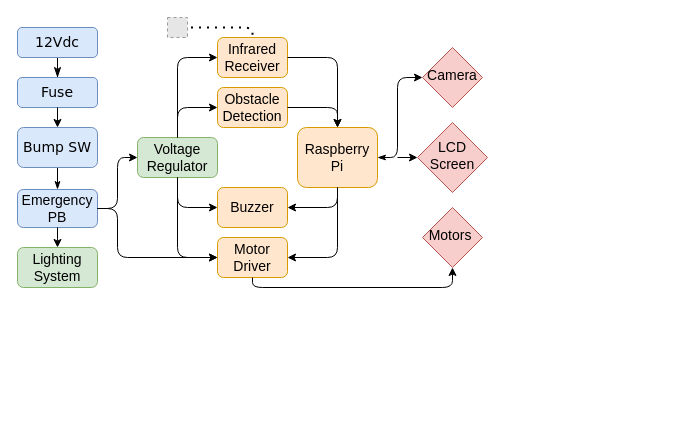
This is Poster Block Diagram.drawio from hoang22k/Capstone_Diagram, a draw.io file, before an edit. Source tidied: cells renumbered, new cells numbered last; positions are measured from the earlier drawing's top-left corner, leaving out a move shared by most shapes. Both pictures are drawn from the tidied source at 100%, with x=0, y=0 at pixel (17, 17). Pictures stored in the file or linked from it are replaced by grey dashed boxes.
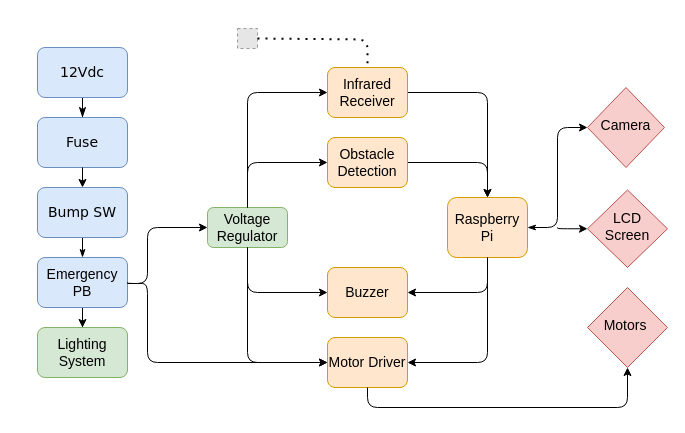
After the change.

The edit, as a diff of the source:
```diff
@@
     <mxCell id="3" value="&lt;font style=&quot;font-size: 14px;&quot; face=&quot;Verdana&quot;&gt;12Vdc&lt;/font&gt;" style="rounded=1;whiteSpace=wrap;html=1;fontSize=14;glass=0;strokeWidth=1;shadow=0;fillColor=#dae8fc;strokeColor=#6c8ebf;fontStyle=0;" parent="1" vertex="1">
-      <mxGeometry y="10" width="80" height="30" as="geometry" />
+      <mxGeometry x="20" y="30" width="90" height="50" as="geometry" />
     </mxCell>
     <mxCell id="4" value="Voltage Regulator" style="rounded=1;whiteSpace=wrap;html=1;fontSize=14;glass=0;strokeWidth=1;shadow=0;fillColor=#d5e8d4;strokeColor=#82b366;fontStyle=0;" parent="1" vertex="1">
-      <mxGeometry x="120" y="120" width="80" height="40" as="geometry" />
+      <mxGeometry x="190" y="190" width="80" height="40" as="geometry" />
     </mxCell>
+    <mxCell id="18" style="edgeStyle=orthogonalEdgeStyle;rounded=0;jettySize=auto;html=1;" parent="1" edge="1" source="5" target="10">
+      <mxGeometry relative="1" as="geometry" />
+    </mxCell>
     <mxCell id="5" value="Emergency PB" style="rounded=1;whiteSpace=wrap;html=1;fontSize=14;glass=0;strokeWidth=1;shadow=0;fillColor=#dae8fc;strokeColor=#6c8ebf;fontStyle=0;" parent="1" vertex="1">
-      <mxGeometry y="172" width="80" height="38" as="geometry" />
+      <mxGeometry x="20" y="240" width="90" height="50" as="geometry" />
     </mxCell>
@@
     <mxCell id="7" value="Raspberry Pi" style="rounded=1;whiteSpace=wrap;html=1;fontSize=14;glass=0;strokeWidth=1;shadow=0;fillColor=#ffe6cc;strokeColor=#d79b00;fontStyle=0;" parent="1" vertex="1">
-      <mxGeometry x="280" y="110" width="80" height="60" as="geometry" />
+      <mxGeometry x="430" y="180" width="80" height="60" as="geometry" />
     </mxCell>
     <mxCell id="8" style="fillColor=#E6E6E6;strokeColor=#999999;dashed=1;html=1;verticalAlign=top;verticalLabelPosition=bottom;labelBackgroundColor=#ffffff;fontFamily=Helvetica;fontStyle=0;fontSize=14;" parent="1" vertex="1">
-      <mxGeometry x="150" width="20" height="20" as="geometry" />
+      <mxGeometry x="220" y="11" width="20" height="20" as="geometry" />
     </mxCell>
-    <mxCell id="9" style="edgeStyle=segmentEdgeStyle;endArrow=classic;html=1;entryX=0;entryY=0.5;entryDx=0;entryDy=0;exitX=1;exitY=0.5;exitDx=0;exitDy=0;fontSize=14;fontStyle=0;" parent="1" edge="1" source="5" target="4">
+    <mxCell id="9" style="edgeStyle=segmentEdgeStyle;endArrow=classic;html=1;entryX=0;entryY=0.5;entryDx=0;entryDy=0;fontSize=14;fontStyle=0;" parent="1" edge="1" target="4">
       <mxGeometry relative="1" as="geometry">
+        <mxPoint x="110" y="266" as="sourcePoint" />
         <Array as="points">
-          <mxPoint x="100" y="191" />
-          <mxPoint x="100" y="140" />
+          <mxPoint x="130" y="266" />
+          <mxPoint x="130" y="210" />
         </Array>
       </mxGeometry>
     </mxCell>
     <mxCell id="10" value="Lighting System" style="rounded=1;whiteSpace=wrap;html=1;fontSize=14;glass=0;strokeWidth=1;shadow=0;fillColor=#d5e8d4;strokeColor=#82b366;fontStyle=0;" parent="1" vertex="1">
-      <mxGeometry y="230" width="80" height="40" as="geometry" />
+      <mxGeometry x="20" y="310" width="90" height="50" as="geometry" />
     </mxCell>
     <mxCell id="11" value="Motors&amp;nbsp;" style="rhombus;whiteSpace=wrap;html=1;shadow=0;fontFamily=Helvetica;fontSize=14;align=center;strokeWidth=1;spacing=6;spacingTop=-4;fillColor=#f8cecc;strokeColor=#b85450;fontStyle=0;" parent="1" vertex="1">
-      <mxGeometry x="405" y="190" width="60" height="60" as="geometry" />
+      <mxGeometry x="570" y="270" width="80" height="80" as="geometry" />
     </mxCell>
-    <mxCell id="12" style="endArrow=none;dashed=1;html=1;dashPattern=1 3;strokeWidth=2;entryX=1;entryY=0.5;entryDx=0;entryDy=0;exitX=0.5;exitY=0;exitDx=0;exitDy=0;fontSize=14;fontStyle=0;" parent="1" edge="1" source="15" target="8">
-      <mxGeometry relative="1" as="geometry">
-        <Array as="points">
-          <mxPoint x="235" y="30" />
-          <mxPoint x="235" y="10" />
-        </Array>
-      </mxGeometry>
-    </mxCell>
-    <mxCell id="13" value="Obstacle Detection" style="rounded=1;whiteSpace=wrap;html=1;fontSize=14;glass=0;strokeWidth=1;shadow=0;fillColor=#ffe6cc;strokeColor=#d79b00;fontStyle=0;" parent="1" vertex="1">
-      <mxGeometry x="200" y="70" width="70" height="40" as="geometry" />
-    </mxCell>
     <mxCell id="14" value="Motor Driver" style="rounded=1;whiteSpace=wrap;html=1;fontSize=14;glass=0;strokeWidth=1;shadow=0;fillColor=#ffe6cc;strokeColor=#d79b00;fontStyle=0;" parent="1" vertex="1">
-      <mxGeometry x="200" y="220" width="70" height="40" as="geometry" />
+      <mxGeometry x="310" y="320" width="80" height="50" as="geometry" />
     </mxCell>
-    <mxCell id="15" value="Infrared Receiver" style="rounded=1;whiteSpace=wrap;html=1;fontSize=14;glass=0;strokeWidth=1;shadow=0;fillColor=#ffe6cc;strokeColor=#d79b00;fontStyle=0;" parent="1" vertex="1">
-      <mxGeometry x="200" y="20" width="70" height="40" as="geometry" />
-    </mxCell>
-    <mxCell id="16" style="edgeStyle=segmentEdgeStyle;endArrow=classic;html=1;exitX=1;exitY=0.5;exitDx=0;exitDy=0;entryX=0;entryY=0.5;entryDx=0;entryDy=0;fontSize=14;fontStyle=0;" parent="1" edge="1" source="5" target="14">
+    <mxCell id="16" style="edgeStyle=segmentEdgeStyle;endArrow=classic;html=1;exitX=1;exitY=0.5;exitDx=0;exitDy=0;fontSize=14;fontStyle=0;entryX=0;entryY=0.5;entryDx=0;entryDy=0;" parent="1" edge="1" source="5" target="14">
       <mxGeometry relative="1" as="geometry">
         <Array as="points">
-          <mxPoint x="100" y="191" />
-          <mxPoint x="100" y="240" />
+          <mxPoint x="110" y="266" />
+          <mxPoint x="130" y="266" />
+          <mxPoint x="130" y="345" />
         </Array>
       </mxGeometry>
     </mxCell>
-    <mxCell id="17" style="edgeStyle=segmentEdgeStyle;endArrow=classic;html=1;entryX=0;entryY=0.5;entryDx=0;entryDy=0;fontSize=14;fontStyle=0;" parent="1" edge="1" target="14">
+    <mxCell id="17" style="edgeStyle=segmentEdgeStyle;endArrow=classic;html=1;fontSize=14;fontStyle=0;entryX=0;entryY=0.5;entryDx=0;entryDy=0;" parent="1" edge="1" target="14">
       <mxGeometry relative="1" as="geometry">
-        <mxPoint x="160" y="160" as="sourcePoint" />
+        <mxPoint x="230" y="230" as="sourcePoint" />
         <Array as="points">
-          <mxPoint x="160" y="240" />
+          <mxPoint x="230" y="345" />
         </Array>
       </mxGeometry>
     </mxCell>
-    <mxCell id="18" style="edgeStyle=segmentEdgeStyle;endArrow=classic;html=1;entryX=0.5;entryY=0;entryDx=0;entryDy=0;exitX=0.5;exitY=1;exitDx=0;exitDy=0;fontSize=14;fontStyle=0;" parent="1" edge="1" source="5" target="10">
-      <mxGeometry relative="1" as="geometry">
-        <Array as="points">
-          <mxPoint x="40" y="225" />
-          <mxPoint x="40" y="225" />
-        </Array>
-      </mxGeometry>
-    </mxCell>
     <mxCell id="19" value="Buzzer" style="rounded=1;whiteSpace=wrap;html=1;fontSize=14;glass=0;strokeWidth=1;shadow=0;fillColor=#ffe6cc;strokeColor=#d79b00;fontStyle=0;" parent="1" vertex="1">
-      <mxGeometry x="200" y="170" width="70" height="40" as="geometry" />
+      <mxGeometry x="310" y="250" width="80" height="50" as="geometry" />
     </mxCell>
     <mxCell id="20" style="edgeStyle=segmentEdgeStyle;endArrow=classic;html=1;entryX=0;entryY=0.5;entryDx=0;entryDy=0;exitX=0.5;exitY=1;exitDx=0;exitDy=0;jumpStyle=gap;fontSize=14;fontStyle=0;" parent="1" edge="1" source="4" target="19">
       <mxGeometry relative="1" as="geometry">
         <Array as="points">
-          <mxPoint x="160" y="190" />
+          <mxPoint x="230" y="275" />
         </Array>
       </mxGeometry>
     </mxCell>
     <mxCell id="21" style="edgeStyle=segmentEdgeStyle;endArrow=classic;html=1;entryX=0;entryY=0.5;entryDx=0;entryDy=0;exitX=0.5;exitY=0;exitDx=0;exitDy=0;fontSize=14;fontStyle=0;" parent="1" edge="1" source="4" target="13">
       <mxGeometry relative="1" as="geometry">
         <Array as="points">
-          <mxPoint x="160" y="90" />
+          <mxPoint x="230" y="145" />
         </Array>
       </mxGeometry>
     </mxCell>
     <mxCell id="22" style="edgeStyle=segmentEdgeStyle;endArrow=classic;html=1;entryX=0;entryY=0.5;entryDx=0;entryDy=0;exitX=0.5;exitY=0;exitDx=0;exitDy=0;fontSize=14;fontStyle=0;" parent="1" edge="1" source="4" target="15">
       <mxGeometry relative="1" as="geometry">
         <Array as="points">
-          <mxPoint x="160" y="40" />
+          <mxPoint x="230" y="75" />
         </Array>
       </mxGeometry>
     </mxCell>
     <mxCell id="23" style="edgeStyle=segmentEdgeStyle;endArrow=classic;html=1;entryX=0.5;entryY=0;entryDx=0;entryDy=0;exitX=1;exitY=0.5;exitDx=0;exitDy=0;fontSize=14;fontStyle=0;" parent="1" edge="1" source="15" target="7">
       <mxGeometry relative="1" as="geometry">
         <Array as="points">
-          <mxPoint x="320" y="40" />
+          <mxPoint x="470" y="75" />
         </Array>
       </mxGeometry>
     </mxCell>
-    <mxCell id="24" style="edgeStyle=segmentEdgeStyle;endArrow=classic;html=1;entryX=0.5;entryY=0;entryDx=0;entryDy=0;exitX=1;exitY=0.5;exitDx=0;exitDy=0;fontSize=14;fontStyle=0;" parent="1" edge="1" source="13" target="7">
+    <mxCell id="24" style="edgeStyle=segmentEdgeStyle;endArrow=classic;html=1;entryX=0.5;entryY=0;entryDx=0;entryDy=0;fontSize=14;fontStyle=0;exitX=1;exitY=0.5;exitDx=0;exitDy=0;" parent="1" edge="1" source="13" target="7">
       <mxGeometry relative="1" as="geometry">
         <Array as="points">
-          <mxPoint x="320" y="90" />
+          <mxPoint x="470" y="145" />
         </Array>
       </mxGeometry>
     </mxCell>
     <mxCell id="25" style="edgeStyle=segmentEdgeStyle;endArrow=classic;html=1;entryX=1;entryY=0.5;entryDx=0;entryDy=0;exitX=0.5;exitY=1;exitDx=0;exitDy=0;fontSize=14;fontStyle=0;" parent="1" edge="1" source="7" target="19">
       <mxGeometry relative="1" as="geometry">
         <Array as="points">
-          <mxPoint x="320" y="190" />
+          <mxPoint x="470" y="275" />
         </Array>
       </mxGeometry>
     </mxCell>
     <mxCell id="26" style="edgeStyle=segmentEdgeStyle;endArrow=classic;html=1;exitX=0.5;exitY=1;exitDx=0;exitDy=0;entryX=1;entryY=0.5;entryDx=0;entryDy=0;fontSize=14;fontStyle=0;" parent="1" edge="1" source="7" target="14">
       <mxGeometry relative="1" as="geometry">
         <Array as="points">
-          <mxPoint x="320" y="240" />
+          <mxPoint x="470" y="345" />
         </Array>
       </mxGeometry>
     </mxCell>
     <mxCell id="27" style="edgeStyle=segmentEdgeStyle;endArrow=classic;html=1;entryX=0.5;entryY=1;entryDx=0;entryDy=0;exitX=0.5;exitY=1;exitDx=0;exitDy=0;fontSize=14;fontStyle=0;" parent="1" edge="1" source="14" target="11">
       <mxGeometry relative="1" as="geometry">
         <Array as="points">
-          <mxPoint x="235" y="270" />
-          <mxPoint x="435" y="270" />
+          <mxPoint x="350" y="390" />
+          <mxPoint x="610" y="390" />
         </Array>
       </mxGeometry>
     </mxCell>
     <mxCell id="28" value="LCD Screen" style="rhombus;whiteSpace=wrap;html=1;shadow=0;fontFamily=Helvetica;fontSize=14;align=center;strokeWidth=1;spacing=6;spacingTop=-4;fillColor=#f8cecc;strokeColor=#b85450;fontStyle=0;" parent="1" vertex="1">
-      <mxGeometry x="400" y="105" width="70" height="70" as="geometry" />
+      <mxGeometry x="570" y="172.5" width="80" height="77.5" as="geometry" />
     </mxCell>
     <mxCell id="29" value="Camera" style="rhombus;whiteSpace=wrap;html=1;shadow=0;fontFamily=Helvetica;fontSize=14;align=center;strokeWidth=1;spacing=6;spacingTop=-4;fillColor=#f8cecc;strokeColor=#b85450;fontStyle=0;" parent="1" vertex="1">
-      <mxGeometry x="405" y="30" width="60" height="60" as="geometry" />
+      <mxGeometry x="570" y="70" width="77" height="80" as="geometry" />
     </mxCell>
     <mxCell id="30" style="edgeStyle=segmentEdgeStyle;endArrow=classic;html=1;entryX=0;entryY=0.5;entryDx=0;entryDy=0;exitX=1;exitY=0.5;exitDx=0;exitDy=0;startArrow=classicThin;startFill=1;fontSize=14;fontStyle=0;" parent="1" edge="1" source="7" target="29">
       <mxGeometry relative="1" as="geometry">
         <Array as="points">
-          <mxPoint x="380" y="140" />
-          <mxPoint x="380" y="60" />
+          <mxPoint x="540" y="210" />
+          <mxPoint x="540" y="110" />
         </Array>
       </mxGeometry>
     </mxCell>
     <mxCell id="31" style="edgeStyle=segmentEdgeStyle;endArrow=classic;html=1;entryX=0;entryY=0.5;entryDx=0;entryDy=0;fontSize=14;fontStyle=0;" parent="1" edge="1" target="28">
       <mxGeometry relative="1" as="geometry">
-        <mxPoint x="380" y="140" as="sourcePoint" />
+        <mxPoint x="540" y="210" as="sourcePoint" />
         <Array as="points">
-          <mxPoint x="380" y="140" />
-          <mxPoint x="380" y="140" />
+          <mxPoint x="540" y="210" />
+          <mxPoint x="540" y="225" />
         </Array>
       </mxGeometry>
     </mxCell>
     <mxCell id="32" value="&lt;font style=&quot;font-size: 14px;&quot; face=&quot;Verdana&quot;&gt;Fuse&lt;/font&gt;" style="rounded=1;whiteSpace=wrap;html=1;fontSize=14;glass=0;strokeWidth=1;shadow=0;fillColor=#dae8fc;strokeColor=#6c8ebf;fontStyle=0;" parent="1" vertex="1">
-      <mxGeometry y="60" width="80" height="30" as="geometry" />
+      <mxGeometry x="20" y="100" width="90" height="50" as="geometry" />
     </mxCell>
     <mxCell id="33" value="&lt;font style=&quot;font-size: 14px;&quot; face=&quot;Verdana&quot;&gt;Bump SW&lt;/font&gt;" style="rounded=1;whiteSpace=wrap;html=1;fontSize=14;glass=0;strokeWidth=1;shadow=0;fillColor=#dae8fc;strokeColor=#6c8ebf;fontStyle=0;" parent="1" vertex="1">
-      <mxGeometry y="110" width="80" height="40" as="geometry" />
+      <mxGeometry x="20" y="170" width="90" height="50" as="geometry" />
     </mxCell>
@@
+    <mxCell id="15" value="Infrared Receiver" style="rounded=1;whiteSpace=wrap;html=1;fontSize=14;glass=0;strokeWidth=1;shadow=0;fillColor=#ffe6cc;strokeColor=#d79b00;fontStyle=0;" parent="1" vertex="1">
+      <mxGeometry x="310" y="50" width="80" height="50" as="geometry" />
+    </mxCell>
+    <mxCell id="13" value="Obstacle Detection" style="rounded=1;whiteSpace=wrap;html=1;fontSize=14;glass=0;strokeWidth=1;shadow=0;fillColor=#ffe6cc;strokeColor=#d79b00;fontStyle=0;" parent="1" vertex="1">
+      <mxGeometry x="310" y="120" width="80" height="50" as="geometry" />
+    </mxCell>
+    <mxCell id="35" style="endArrow=none;dashed=1;html=1;dashPattern=1 3;strokeWidth=2;entryX=0.5;entryY=0;entryDx=0;entryDy=0;exitX=1;exitY=0.5;exitDx=0;exitDy=0;" parent="1" edge="1" source="8" target="15">
+      <mxGeometry relative="1" as="geometry">
+        <Array as="points">
+          <mxPoint x="350" y="22" />
+        </Array>
+      </mxGeometry>
+    </mxCell>
```
